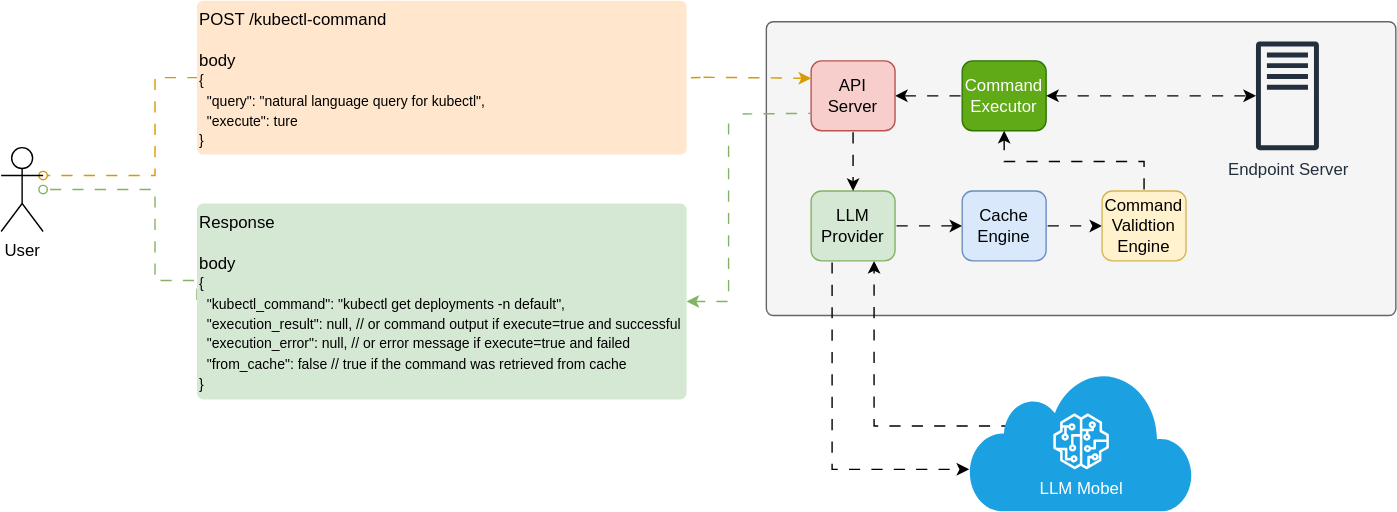
Above: assets/diagram.svg in mrankitvish/ai-agent-kubectl (draw.io), before the change. Source tidied: cells renumbered, new cells last; positions are measured from the earlier drawing's top-left corner, leaving out a move shared by most shapes. Source of this version:
```xml
<mxGraphModel>
  <root>
    <mxCell id="0" />
    <mxCell id="1" parent="0" />
    <mxCell id="2" style="rounded=1;whiteSpace=wrap;html=1;absoluteArcSize=1;arcSize=10;fillColor=#f5f5f5;fontColor=#333333;strokeColor=#666666;" parent="1" vertex="1">
      <mxGeometry x="547" y="15" width="450" height="210" as="geometry" />
    </mxCell>
    <mxCell id="3" style="edgeStyle=orthogonalEdgeStyle;rounded=0;jettySize=auto;html=1;endArrow=oval;endFill=0;exitX=0;exitY=0.5;exitDx=0;exitDy=0;flowAnimation=1;flowAnimationDirection=reverse;fillColor=#ffe6cc;strokeColor=#d79b00;entryX=1;entryY=0.3333333333333333;entryDx=0;entryDy=0;entryPerimeter=0;" parent="1" edge="1" source="20" target="18">
      <mxGeometry relative="1" as="geometry">
        <Array as="points">
          <mxPoint x="110" y="55" />
          <mxPoint x="110" y="125" />
        </Array>
      </mxGeometry>
    </mxCell>
    <mxCell id="4" value="&lt;span style=&quot;color: rgba(0, 0, 0, 0); font-family: monospace; font-size: 0px; text-align: start; background-color: rgb(251, 251, 251);&quot;&gt;%3CmxGraphModel%3E%3Croot%3E%3CmxCell%20id%3D%220%22%2F%3E%3CmxCell%20id%3D%221%22%20parent%3D%220%22%2F%3E%3CmxCell%20id%3D%222%22%20value%3D%22POST%20%2Fkubectl-command%26lt%3Bbr%26gt%3B%26lt%3Bdiv%26gt%3B%7B%26lt%3B%2Fdiv%26gt%3B%26lt%3Bdiv%26gt%3B%26amp%3Bnbsp%3B%20%26quot%3Bquery%26quot%3B%3A%20%26quot%3Bnatural%20language%20query%20for%20kubectl%26quot%3B%2C%26lt%3B%2Fdiv%26gt%3B%26lt%3Bdiv%26gt%3B%26amp%3Bnbsp%3B%20%26quot%3Bexecute%26quot%3B%3A%20false%26lt%3B%2Fdiv%26gt%3B%26lt%3Bdiv%26gt%3B%7D%26lt%3B%2Fdiv%26gt%3B%22%20style%3D%22text%3Bhtml%3D1%3BwhiteSpace%3Dwrap%3Boverflow%3Dhidden%3Brounded%3D0%3B%22%20vertex%3D%221%22%20parent%3D%221%22%3E%3CmxGeometry%20x%3D%2220%22%20y%3D%22185%22%20width%3D%22260%22%20height%3D%2280%22%20as%3D%22geometry%22%2F%3E%3C%2FmxCell%3E%3C%2Froot%3E%3C%2FmxGraphModel%3E&lt;/span&gt;" style="edgeLabel;html=1;align=center;verticalAlign=middle;" parent="3" vertex="1">
      <mxGeometry x="0.17" relative="1" as="geometry" />
    </mxCell>
    <mxCell id="5" style="edgeStyle=orthogonalEdgeStyle;rounded=0;jettySize=auto;html=1;entryX=0.75;entryY=1;entryDx=0;entryDy=0;exitX=0.164;exitY=0.449;exitDx=0;exitDy=0;exitPerimeter=0;flowAnimation=1;" parent="1" edge="1" source="6" target="9">
      <mxGeometry relative="1" as="geometry">
        <Array as="points">
          <mxPoint x="718" y="304" />
          <mxPoint x="624" y="304" />
        </Array>
      </mxGeometry>
    </mxCell>
    <mxCell id="6" style="html=1;verticalLabelPosition=bottom;align=center;labelBackgroundColor=#ffffff;verticalAlign=top;strokeWidth=2;strokeColor=none;shadow=0;dashed=0;shape=mxgraph.ios7.icons.cloud;fillColor=#1ba1e2;fontColor=#ffffff;" parent="1" vertex="1">
      <mxGeometry x="692" y="265" width="160" height="100" as="geometry" />
    </mxCell>
    <mxCell id="7" value="&lt;font style=&quot;color: rgb(255, 255, 255);&quot;&gt;LLM Mobel&lt;/font&gt;" style="sketch=0;dashed=0;verticalLabelPosition=bottom;verticalAlign=top;align=center;html=1;fontSize=12;fontStyle=0;shape=mxgraph.aws4.sagemaker_model;" parent="1" vertex="1">
      <mxGeometry x="752" y="295" width="40" height="40" as="geometry" />
    </mxCell>
    <mxCell id="8" style="edgeStyle=orthogonalEdgeStyle;rounded=0;jettySize=auto;html=1;entryX=0;entryY=0.5;entryDx=0;entryDy=0;flowAnimation=1;" parent="1" edge="1" source="9" target="11">
      <mxGeometry relative="1" as="geometry" />
    </mxCell>
    <mxCell id="9" value="LLM Provider" style="rounded=1;whiteSpace=wrap;html=1;fillColor=#d5e8d4;strokeColor=#82b366;" parent="1" vertex="1">
      <mxGeometry x="579" y="136" width="60" height="50" as="geometry" />
    </mxCell>
    <mxCell id="10" style="edgeStyle=orthogonalEdgeStyle;rounded=0;jettySize=auto;html=1;flowAnimation=1;" parent="1" edge="1" source="11" target="15">
      <mxGeometry relative="1" as="geometry" />
    </mxCell>
    <mxCell id="11" value="Cache Engine" style="rounded=1;whiteSpace=wrap;html=1;fillColor=#dae8fc;strokeColor=#6c8ebf;" parent="1" vertex="1">
      <mxGeometry x="687" y="136" width="60" height="50" as="geometry" />
    </mxCell>
    <mxCell id="12" style="edgeStyle=orthogonalEdgeStyle;rounded=0;jettySize=auto;html=1;entryX=1;entryY=0.5;entryDx=0;entryDy=0;exitX=0;exitY=0.5;exitDx=0;exitDy=0;flowAnimation=1;" parent="1" edge="1" source="13" target="17">
      <mxGeometry relative="1" as="geometry" />
    </mxCell>
    <mxCell id="13" value="Command Executor" style="rounded=1;whiteSpace=wrap;html=1;fillColor=#60a917;fontColor=#ffffff;strokeColor=#2D7600;" parent="1" vertex="1">
      <mxGeometry x="687" y="43" width="60" height="50" as="geometry" />
    </mxCell>
    <mxCell id="14" style="edgeStyle=orthogonalEdgeStyle;rounded=0;jettySize=auto;html=1;entryX=0.5;entryY=1;entryDx=0;entryDy=0;flowAnimation=1;" parent="1" edge="1" source="15" target="13">
      <mxGeometry relative="1" as="geometry">
        <Array as="points">
          <mxPoint x="817" y="115" />
          <mxPoint x="717" y="115" />
        </Array>
      </mxGeometry>
    </mxCell>
    <mxCell id="15" value="Command Validtion Engine" style="rounded=1;whiteSpace=wrap;html=1;fillColor=#fff2cc;strokeColor=#d6b656;" parent="1" vertex="1">
      <mxGeometry x="787" y="136" width="60" height="50" as="geometry" />
    </mxCell>
    <mxCell id="16" style="edgeStyle=orthogonalEdgeStyle;rounded=0;jettySize=auto;html=1;entryX=0.5;entryY=0;entryDx=0;entryDy=0;flowAnimation=1;" parent="1" edge="1" source="17" target="9">
      <mxGeometry relative="1" as="geometry" />
    </mxCell>
    <mxCell id="17" value="API Server" style="rounded=1;whiteSpace=wrap;html=1;fillColor=#f8cecc;strokeColor=#b85450;" parent="1" vertex="1">
      <mxGeometry x="579" y="43" width="60" height="50" as="geometry" />
    </mxCell>
    <mxCell id="18" value="User" style="shape=umlActor;verticalLabelPosition=bottom;verticalAlign=top;html=1;outlineConnect=0;" parent="1" vertex="1">
      <mxGeometry y="105" width="30" height="60" as="geometry" />
    </mxCell>
    <mxCell id="19" style="edgeStyle=orthogonalEdgeStyle;rounded=0;jettySize=auto;html=1;endArrow=none;endFill=0;exitX=0;exitY=0.19;exitDx=0;exitDy=0;exitPerimeter=0;fillColor=#ffe6cc;strokeColor=#d79b00;flowAnimation=1;startFill=0;flowAnimationDirection=reverse;" parent="1" edge="1" target="20">
      <mxGeometry relative="1" as="geometry">
        <mxPoint x="500" y="54.9" as="sourcePoint" />
      </mxGeometry>
    </mxCell>
    <mxCell id="20" value="POST /kubectl-command&lt;br&gt;&lt;div&gt;&lt;br&gt;&lt;/div&gt;&lt;div&gt;body&lt;br&gt;&lt;font style=&quot;font-size: 10px;&quot;&gt;{&lt;/font&gt;&lt;/div&gt;&lt;div&gt;&lt;font style=&quot;font-size: 10px;&quot;&gt;&amp;nbsp; &quot;query&quot;: &quot;natural language query for kubectl&quot;,&lt;/font&gt;&lt;/div&gt;&lt;div&gt;&lt;font style=&quot;font-size: 10px;&quot;&gt;&amp;nbsp; &quot;execute&quot;: ture&lt;/font&gt;&lt;/div&gt;&lt;div&gt;&lt;font style=&quot;font-size: 10px;&quot;&gt;}&lt;/font&gt;&lt;/div&gt;" style="text;html=1;whiteSpace=wrap;overflow=hidden;rounded=1;fillColor=#ffe6cc;strokeColor=none;absoluteArcSize=1;arcSize=9;" parent="1" vertex="1">
      <mxGeometry x="140" width="350" height="110" as="geometry" />
    </mxCell>
    <mxCell id="21" style="edgeStyle=orthogonalEdgeStyle;rounded=0;jettySize=auto;html=1;entryX=0;entryY=0.7;entryDx=0;entryDy=0;entryPerimeter=0;exitX=0.25;exitY=1;exitDx=0;exitDy=0;flowAnimation=1;" parent="1" edge="1" source="9" target="6">
      <mxGeometry relative="1" as="geometry" />
    </mxCell>
    <mxCell id="22" style="edgeStyle=orthogonalEdgeStyle;rounded=0;jettySize=auto;html=1;exitX=0;exitY=0.5;exitDx=0;exitDy=0;endArrow=oval;endFill=0;flowAnimation=1;fillColor=#d5e8d4;strokeColor=#82b366;" parent="1" edge="1" source="25" target="18">
      <mxGeometry relative="1" as="geometry">
        <Array as="points">
          <mxPoint x="110" y="200" />
          <mxPoint x="110" y="135" />
        </Array>
      </mxGeometry>
    </mxCell>
    <mxCell id="23" style="endArrow=classic;html=1;rounded=0;entryX=0;entryY=0.25;entryDx=0;entryDy=0;exitX=0.002;exitY=0.189;exitDx=0;exitDy=0;exitPerimeter=0;fillColor=#ffe6cc;strokeColor=#d79b00;flowAnimation=1;" parent="1" edge="1" target="17">
      <mxGeometry relative="1" as="geometry">
        <mxPoint x="501" y="54.7" as="sourcePoint" />
      </mxGeometry>
    </mxCell>
    <mxCell id="24" style="edgeStyle=orthogonalEdgeStyle;rounded=0;jettySize=auto;html=1;endArrow=none;startFill=1;startArrow=classic;flowAnimation=1;flowAnimationDirection=reverse;fillColor=#d5e8d4;strokeColor=#82b366;exitX=1;exitY=0.5;exitDx=0;exitDy=0;" parent="1" edge="1" source="25">
      <mxGeometry relative="1" as="geometry">
        <mxPoint x="520" y="81" as="targetPoint" />
        <Array as="points">
          <mxPoint x="520" y="215" />
          <mxPoint x="520" y="81" />
        </Array>
      </mxGeometry>
    </mxCell>
    <mxCell id="25" value="Response&lt;br&gt;&lt;div&gt;&lt;br&gt;&lt;/div&gt;&lt;div&gt;body&lt;br&gt;&lt;div&gt;&lt;font style=&quot;font-size: 10px;&quot;&gt;{&lt;/font&gt;&lt;/div&gt;&lt;div&gt;&lt;font style=&quot;font-size: 10px;&quot;&gt;&amp;nbsp; &quot;kubectl_command&quot;: &quot;kubectl get deployments -n default&quot;,&lt;/font&gt;&lt;/div&gt;&lt;div&gt;&lt;font style=&quot;font-size: 10px;&quot;&gt;&amp;nbsp; &quot;execution_result&quot;: null, // or command output if execute=true and successful&lt;/font&gt;&lt;/div&gt;&lt;div&gt;&lt;font style=&quot;font-size: 10px;&quot;&gt;&amp;nbsp; &quot;execution_error&quot;: null, // or error message if execute=true and failed&lt;/font&gt;&lt;/div&gt;&lt;div&gt;&lt;font style=&quot;font-size: 10px;&quot;&gt;&amp;nbsp; &quot;from_cache&quot;: false // true if the command was retrieved from cache&lt;/font&gt;&lt;/div&gt;&lt;div&gt;&lt;font style=&quot;font-size: 10px;&quot;&gt;}&lt;/font&gt;&lt;/div&gt;&lt;/div&gt;" style="text;html=1;whiteSpace=wrap;overflow=hidden;rounded=1;fillColor=#d5e8d4;strokeColor=none;absoluteArcSize=1;arcSize=9;" parent="1" vertex="1">
      <mxGeometry x="140" y="145" width="350" height="140" as="geometry" />
    </mxCell>
    <mxCell id="26" value="Endpoint Server" style="sketch=0;outlineConnect=0;fontColor=#232F3E;gradientColor=none;fillColor=#232F3D;strokeColor=none;dashed=0;verticalLabelPosition=bottom;verticalAlign=top;align=center;html=1;fontSize=12;fontStyle=0;shape=mxgraph.aws4.traditional_server;" parent="1" vertex="1">
      <mxGeometry x="897" y="29" width="45" height="78" as="geometry" />
    </mxCell>
    <mxCell id="27" style="endArrow=none;html=1;rounded=0;entryX=0;entryY=0.75;entryDx=0;entryDy=0;startFill=0;flowAnimation=1;flowAnimationDirection=reverse;fillColor=#d5e8d4;strokeColor=#82b366;" parent="1" edge="1" target="17">
      <mxGeometry relative="1" as="geometry">
        <mxPoint x="530" y="81" as="sourcePoint" />
      </mxGeometry>
    </mxCell>
    <mxCell id="28" style="endArrow=classic;html=1;rounded=0;entryX=1;entryY=0.5;entryDx=0;entryDy=0;flowAnimation=1;startArrow=classic;startFill=1;flowAnimationDirection=alternate;" parent="1" edge="1" source="26" target="13">
      <mxGeometry relative="1" as="geometry" />
    </mxCell>
  </root>
</mxGraphModel>
```
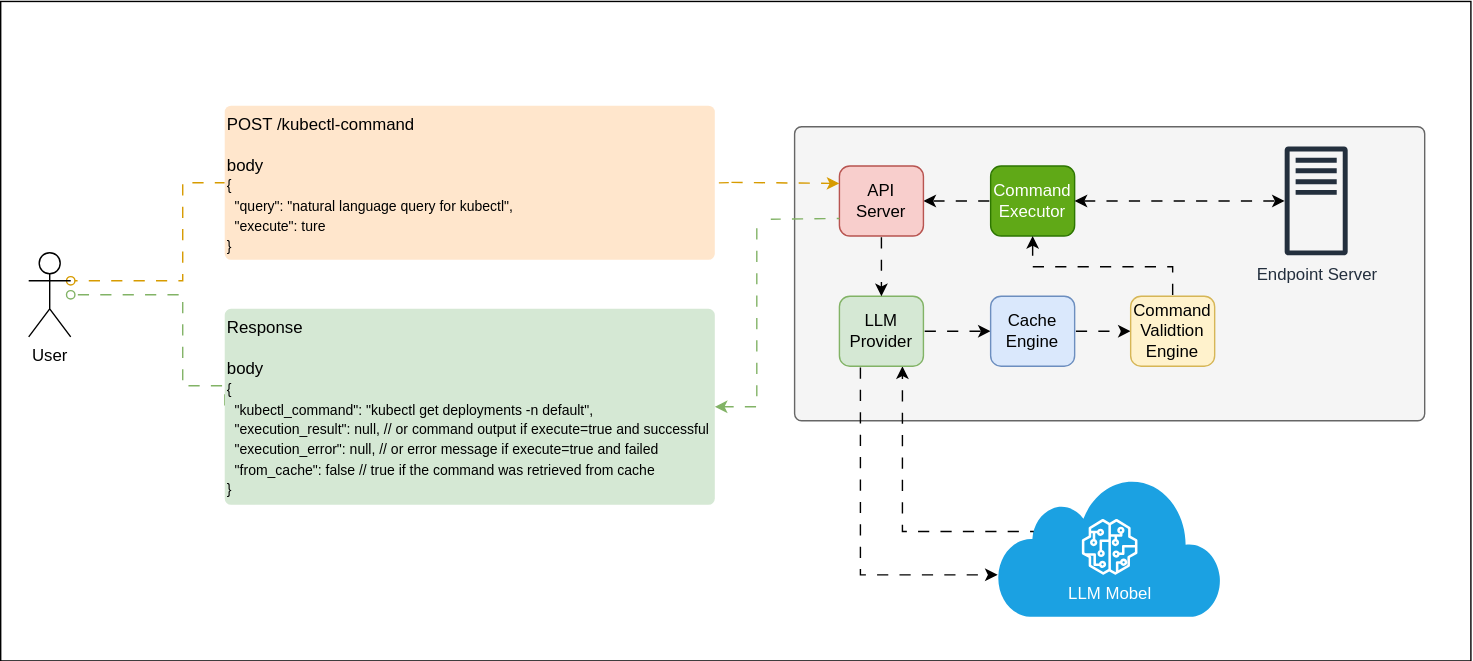
The same diagram one commit later.

Change to the diagram source:
```diff
@@ -2,6 +2,9 @@
   <root>
     <mxCell id="0" />
     <mxCell id="1" parent="0" />
+    <mxCell id="29" style="rounded=0;whiteSpace=wrap;html=1;" parent="1" vertex="1">
+      <mxGeometry x="-20" y="-74.5" width="1050" height="471" as="geometry" />
+    </mxCell>
     <mxCell id="2" style="rounded=1;whiteSpace=wrap;html=1;absoluteArcSize=1;arcSize=10;fillColor=#f5f5f5;fontColor=#333333;strokeColor=#666666;" parent="1" vertex="1">
       <mxGeometry x="547" y="15" width="450" height="210" as="geometry" />
     </mxCell>
```
